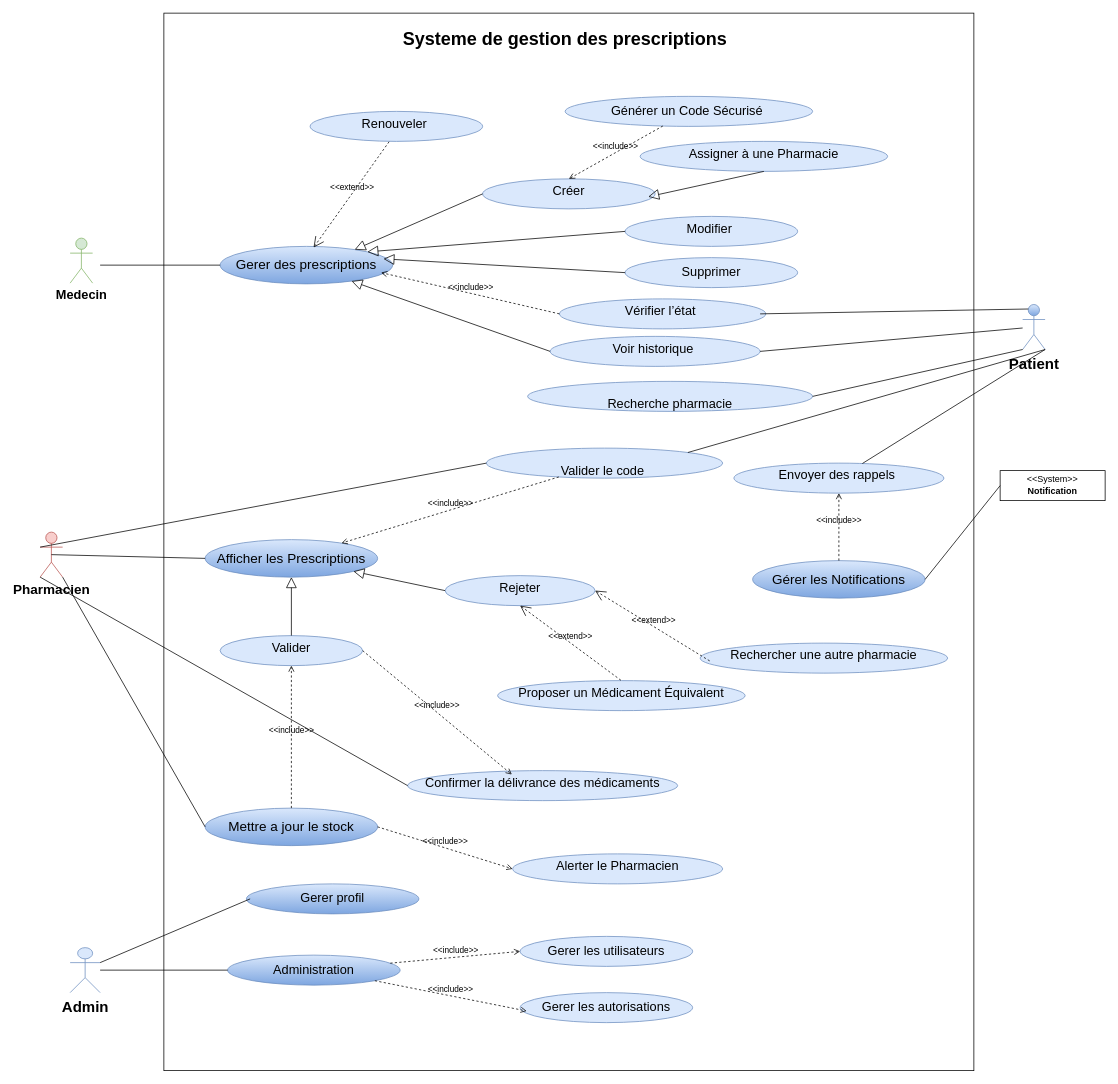
siwar630/Conception-pfe keeps this draw.io diagram as Global use case diagram.drawio. Above is the earlier version. Source tidied: cells renumbered, new cells numbered last; positions are measured from the earlier drawing's top-left corner, leaving out a move shared by most shapes. Both pictures are drawn from the tidied source at 75%, with x=0, y=0 at pixel (40, 13).
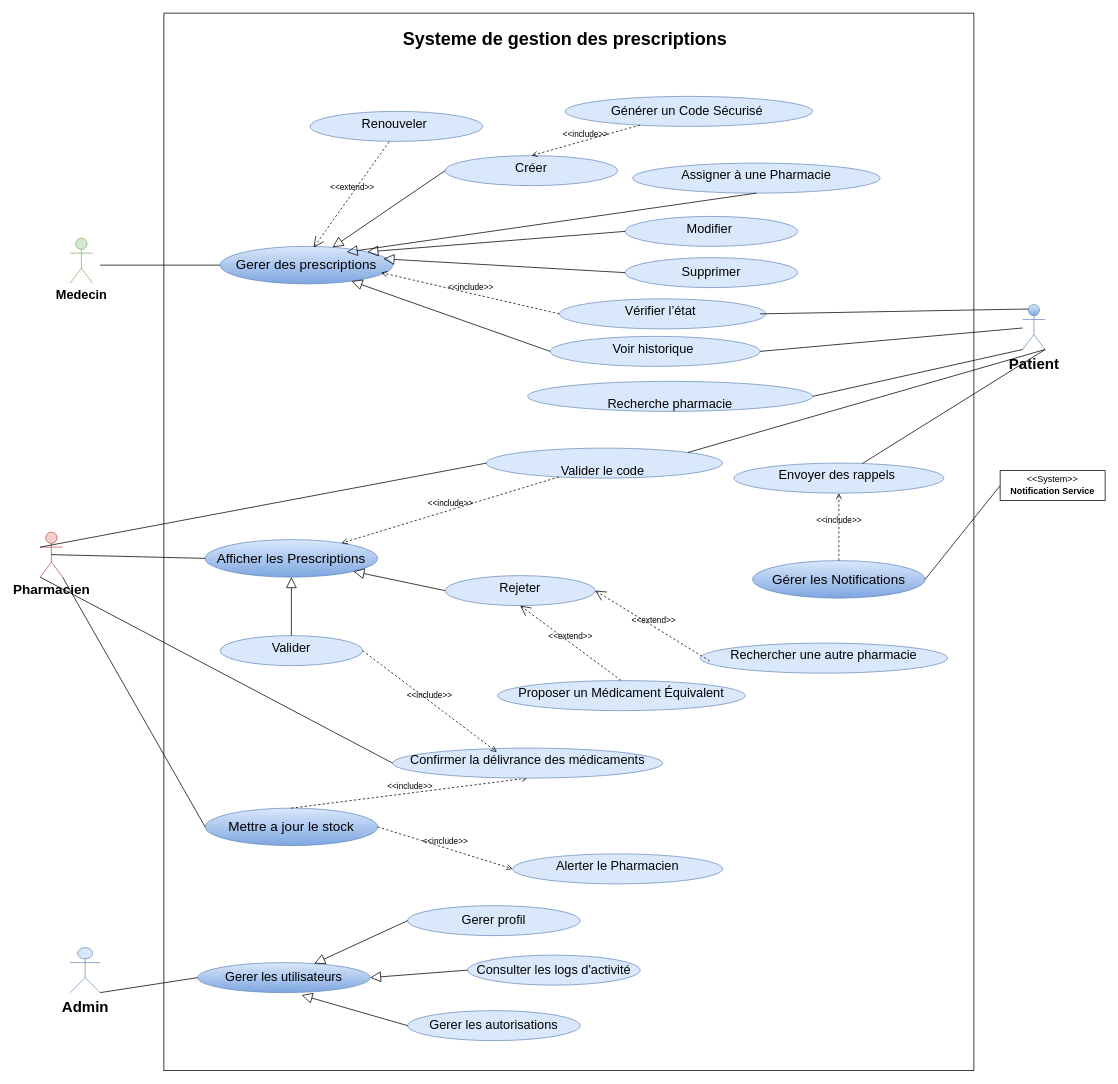
The same diagram, later.

Commit message (it also covers changes not shown here):
Mettre à jour Global use case diagram.drawio

Unchanged cells that the change refers to:
```xml
<mxCell id="7" value="&lt;font style=&quot;font-size: 18px;&quot;&gt;Gerer des prescriptions&lt;/font&gt;" style="ellipse;whiteSpace=wrap;html=1;align=center;fillColor=#dae8fc;gradientColor=#7ea6e0;strokeColor=#6c8ebf;" parent="1" vertex="1">
  <mxGeometry x="240" y="311" width="230" height="50" as="geometry" />
</mxCell>
<mxCell id="13" value="&lt;table&gt;&lt;tbody&gt;&lt;tr&gt;&lt;td&gt;&lt;table&gt;&lt;tbody&gt;&lt;tr&gt;&lt;td&gt;&lt;font&gt;Valider&lt;/font&gt;&lt;/td&gt;&lt;/tr&gt;&lt;/tbody&gt;&lt;/table&gt;&lt;table&gt;&lt;tbody&gt;&lt;tr&gt;&lt;td&gt;&lt;/td&gt;&lt;/tr&gt;&lt;/tbody&gt;&lt;/table&gt;&lt;table&gt;&lt;tbody&gt;&lt;tr&gt;&lt;/tr&gt;&lt;/tbody&gt;&lt;/table&gt;&lt;/td&gt;&lt;/tr&gt;&lt;/tbody&gt;&lt;/table&gt;" style="ellipse;whiteSpace=wrap;html=1;align=center;fillColor=#dae8fc;strokeColor=#6c8ebf;fontSize=17;" parent="1" vertex="1">
  <mxGeometry x="240" y="830" width="190" height="40" as="geometry" />
</mxCell>
<mxCell id="33" value="&lt;b&gt;&lt;font style=&quot;font-size: 20px;&quot;&gt;Admin&lt;/font&gt;&lt;/b&gt;" style="shape=umlActor;verticalLabelPosition=bottom;verticalAlign=top;html=1;outlineConnect=0;fillColor=#dae8fc;strokeColor=#6c8ebf;" parent="1" vertex="1">
  <mxGeometry x="40" y="1246" width="40" height="60" as="geometry" />
</mxCell>
<mxCell id="42" value="&lt;font style=&quot;font-size: 18px;&quot;&gt;Mettre a jour le stock&lt;/font&gt;" style="ellipse;whiteSpace=wrap;html=1;align=center;fillColor=#dae8fc;gradientColor=#7ea6e0;strokeColor=#6c8ebf;" parent="1" vertex="1">
  <mxGeometry x="220" y="1060" width="230" height="50" as="geometry" />
</mxCell>
<mxCell id="67" style="fontStyle=1;align=center;verticalAlign=middle;horizontal=1;" parent="1" vertex="1">
  <mxGeometry x="1280" y="610" width="140" height="40" as="geometry" />
</mxCell>
```

Diff of the diagram source:
```diff
@@
     <mxCell id="10" value="&lt;table&gt;&lt;tbody&gt;&lt;tr&gt;&lt;td&gt;&lt;font&gt;Créer&lt;/font&gt;&lt;/td&gt;&lt;/tr&gt;&lt;/tbody&gt;&lt;/table&gt;&lt;table&gt;&lt;tbody&gt;&lt;tr&gt;&lt;td&gt;&lt;/td&gt;&lt;/tr&gt;&lt;/tbody&gt;&lt;/table&gt;" style="ellipse;whiteSpace=wrap;html=1;align=center;fillColor=#dae8fc;strokeColor=#6c8ebf;fontSize=17;" parent="1" vertex="1">
-      <mxGeometry x="590" y="221" width="230" height="40" as="geometry" />
+      <mxGeometry x="540" y="190" width="230" height="40" as="geometry" />
     </mxCell>
@@
     <mxCell id="12" value="&lt;table&gt;&lt;tbody&gt;&lt;tr&gt;&lt;td&gt;&lt;font&gt;Assigner à une Pharmacie&lt;/font&gt;&lt;/td&gt;&lt;/tr&gt;&lt;/tbody&gt;&lt;/table&gt;&lt;table&gt;&lt;tbody&gt;&lt;tr&gt;&lt;td&gt;&lt;/td&gt;&lt;/tr&gt;&lt;/tbody&gt;&lt;/table&gt;" style="ellipse;whiteSpace=wrap;html=1;align=center;fillColor=#dae8fc;strokeColor=#6c8ebf;fontSize=17;" parent="1" vertex="1">
-      <mxGeometry x="800" y="171" width="330" height="40" as="geometry" />
+      <mxGeometry x="790" y="200" width="330" height="40" as="geometry" />
     </mxCell>
@@
-    <mxCell id="19" style="edgeStyle=none;html=1;endArrow=block;endFill=0;endSize=12;verticalAlign=bottom;rounded=0;entryX=0.78;entryY=0.087;entryDx=0;entryDy=0;exitX=0;exitY=0.5;exitDx=0;exitDy=0;entryPerimeter=0;" parent="1" edge="1" source="10" target="7">
+    <mxCell id="19" style="edgeStyle=none;html=1;endArrow=block;endFill=0;endSize=12;verticalAlign=bottom;rounded=0;exitX=0;exitY=0.5;exitDx=0;exitDy=0;" parent="1" edge="1" source="10" target="7">
       <mxGeometry relative="1" as="geometry" />
     </mxCell>
@@
-    <mxCell id="32" value="&lt;span&gt;Gerer les utilisateurs&lt;/span&gt;" style="ellipse;whiteSpace=wrap;html=1;align=center;fillColor=#dae8fc;strokeColor=#6c8ebf;fontSize=17;" parent="1" vertex="1">
-      <mxGeometry x="640" y="1231" width="230" height="40" as="geometry" />
+    <mxCell id="32" value="&lt;span&gt;Gerer les utilisateurs&lt;/span&gt;" style="ellipse;whiteSpace=wrap;html=1;align=center;fillColor=#dae8fc;strokeColor=#6c8ebf;fontSize=17;gradientColor=#7ea6e0;" parent="1" vertex="1">
+      <mxGeometry x="210" y="1266" width="230" height="40" as="geometry" />
     </mxCell>
@@
     <mxCell id="34" value="&lt;span&gt;Gerer les autorisations&lt;/span&gt;" style="ellipse;whiteSpace=wrap;html=1;align=center;fillColor=#dae8fc;strokeColor=#6c8ebf;fontSize=17;" parent="1" vertex="1">
-      <mxGeometry x="640" y="1306" width="230" height="40" as="geometry" />
+      <mxGeometry x="490" y="1330" width="230" height="40" as="geometry" />
     </mxCell>
-    <mxCell id="35" value="&lt;span&gt;Administration&lt;/span&gt;" style="ellipse;whiteSpace=wrap;html=1;align=center;fillColor=#dae8fc;gradientColor=#7ea6e0;strokeColor=#6c8ebf;fontSize=17;" parent="1" vertex="1">
-      <mxGeometry x="250" y="1256" width="230" height="40" as="geometry" />
+    <mxCell id="35" value="Consulter les logs d'activité" style="ellipse;whiteSpace=wrap;html=1;align=center;fillColor=#dae8fc;strokeColor=#6c8ebf;fontSize=17;" parent="1" vertex="1">
+      <mxGeometry x="570" y="1256" width="230" height="40" as="geometry" />
     </mxCell>
-    <mxCell id="36" style="edgeStyle=none;html=1;endArrow=none;verticalAlign=bottom;rounded=0;entryX=0;entryY=0.5;entryDx=0;entryDy=0;" parent="1" edge="1" source="33" target="35">
-      <mxGeometry relative="1" as="geometry" />
-    </mxCell>
-    <mxCell id="37" value="&amp;lt;&amp;lt;include&amp;gt;&amp;gt;" style="edgeStyle=none;html=1;endArrow=open;verticalAlign=bottom;dashed=1;labelBackgroundColor=none;rounded=0;entryX=0;entryY=0.5;entryDx=0;entryDy=0;" parent="1" edge="1" source="35" target="32">
-      <mxGeometry relative="1" as="geometry" />
-    </mxCell>
-    <mxCell id="38" value="&amp;lt;&amp;lt;include&amp;gt;&amp;gt;" style="edgeStyle=none;html=1;endArrow=open;verticalAlign=bottom;dashed=1;labelBackgroundColor=none;rounded=0;exitX=1;exitY=1;exitDx=0;exitDy=0;entryX=0.038;entryY=0.613;entryDx=0;entryDy=0;entryPerimeter=0;" parent="1" edge="1" source="35" target="34">
-      <mxGeometry relative="1" as="geometry" />
-    </mxCell>
-    <mxCell id="39" value="&lt;span&gt;Gerer profil&lt;/span&gt;" style="ellipse;whiteSpace=wrap;html=1;align=center;fillColor=#dae8fc;gradientColor=#7ea6e0;strokeColor=#6c8ebf;fontSize=17;" parent="1" vertex="1">
-      <mxGeometry x="275" y="1161" width="230" height="40" as="geometry" />
+    <mxCell id="39" value="&lt;span&gt;Gerer profil&lt;/span&gt;" style="ellipse;whiteSpace=wrap;html=1;align=center;fillColor=#dae8fc;strokeColor=#6c8ebf;fontSize=17;" parent="1" vertex="1">
+      <mxGeometry x="490" y="1190" width="230" height="40" as="geometry" />
     </mxCell>
-    <mxCell id="40" style="edgeStyle=none;html=1;endArrow=none;verticalAlign=bottom;rounded=0;exitX=1;exitY=0.3333333333333333;exitDx=0;exitDy=0;exitPerimeter=0;entryX=0;entryY=0.5;entryDx=0;entryDy=0;" parent="1" edge="1" source="33">
-      <mxGeometry relative="1" as="geometry">
-        <mxPoint x="280" y="1181" as="targetPoint" />
-      </mxGeometry>
-    </mxCell>
@@
-    <mxCell id="44" style="edgeStyle=none;html=1;endArrow=block;endFill=0;endSize=12;verticalAlign=bottom;rounded=0;entryX=0.96;entryY=0.596;entryDx=0;entryDy=0;entryPerimeter=0;exitX=0.5;exitY=1;exitDx=0;exitDy=0;" parent="1" edge="1" source="12" target="10">
+    <mxCell id="44" style="edgeStyle=none;html=1;endArrow=block;endFill=0;endSize=12;verticalAlign=bottom;rounded=0;exitX=0.5;exitY=1;exitDx=0;exitDy=0;entryX=0.734;entryY=0.153;entryDx=0;entryDy=0;entryPerimeter=0;" parent="1" edge="1" source="12" target="7">
       <mxGeometry relative="1" as="geometry" />
     </mxCell>
-    <mxCell id="45" value="&amp;lt;&amp;lt;include&amp;gt;&amp;gt;" style="edgeStyle=none;html=1;endArrow=open;verticalAlign=bottom;dashed=1;labelBackgroundColor=none;rounded=0;entryX=0.5;entryY=1;entryDx=0;entryDy=0;exitX=0.5;exitY=0;exitDx=0;exitDy=0;" parent="1" edge="1" source="42" target="13">
+    <mxCell id="45" value="&amp;lt;&amp;lt;include&amp;gt;&amp;gt;" style="edgeStyle=none;html=1;endArrow=open;verticalAlign=bottom;dashed=1;labelBackgroundColor=none;rounded=0;entryX=0.5;entryY=1;entryDx=0;entryDy=0;exitX=0.5;exitY=0;exitDx=0;exitDy=0;" parent="1" edge="1" source="42" target="56">
       <mxGeometry relative="1" as="geometry" />
     </mxCell>
@@
     <mxCell id="56" value="&lt;table&gt;&lt;tbody&gt;&lt;tr&gt;&lt;td&gt;&lt;table&gt;&lt;tbody&gt;&lt;tr&gt;&lt;td&gt;&lt;font&gt;Confirmer la délivrance des médicaments&lt;/font&gt;&lt;/td&gt;&lt;/tr&gt;&lt;/tbody&gt;&lt;/table&gt;&lt;table&gt;&lt;tbody&gt;&lt;tr&gt;&lt;td&gt;&lt;/td&gt;&lt;/tr&gt;&lt;/tbody&gt;&lt;/table&gt;&lt;table&gt;&lt;tbody&gt;&lt;tr&gt;&lt;/tr&gt;&lt;/tbody&gt;&lt;/table&gt;&lt;/td&gt;&lt;/tr&gt;&lt;/tbody&gt;&lt;/table&gt;" style="ellipse;whiteSpace=wrap;html=1;align=center;fillColor=#dae8fc;strokeColor=#6c8ebf;fontSize=17;" parent="1" vertex="1">
-      <mxGeometry x="490" y="1010" width="360" height="40" as="geometry" />
+      <mxGeometry x="470" y="980" width="360" height="40" as="geometry" />
     </mxCell>
@@
-    <mxCell id="69" value="Notification" style="html=1;align=center;spacing=0;verticalAlign=middle;strokeColor=none;fillColor=none;whiteSpace=wrap;spacingBottom=4;fontStyle=1;" parent="67" vertex="1">
+    <mxCell id="69" value="Notification Service" style="html=1;align=center;spacing=0;verticalAlign=middle;strokeColor=none;fillColor=none;whiteSpace=wrap;spacingBottom=4;fontStyle=1;" parent="67" vertex="1">
       <mxGeometry y="20" width="140" height="20" as="geometry" />
     </mxCell>
@@
+    <mxCell id="71" style="edgeStyle=none;html=1;endArrow=none;verticalAlign=bottom;rounded=0;exitX=1;exitY=1;exitDx=0;exitDy=0;exitPerimeter=0;entryX=0;entryY=0.5;entryDx=0;entryDy=0;" parent="1" edge="1" source="33" target="32">
+      <mxGeometry relative="1" as="geometry" />
+    </mxCell>
+    <mxCell id="72" style="edgeStyle=none;html=1;endArrow=block;endFill=0;endSize=12;verticalAlign=bottom;rounded=0;entryX=0.603;entryY=1.083;entryDx=0;entryDy=0;entryPerimeter=0;exitX=0;exitY=0.5;exitDx=0;exitDy=0;" parent="1" edge="1" source="34" target="32">
+      <mxGeometry relative="1" as="geometry" />
+    </mxCell>
+    <mxCell id="37" style="edgeStyle=none;html=1;endArrow=block;endFill=0;endSize=12;verticalAlign=bottom;rounded=0;entryX=1;entryY=0.5;entryDx=0;entryDy=0;exitX=0;exitY=0.5;exitDx=0;exitDy=0;" parent="1" edge="1" source="35" target="32">
+      <mxGeometry relative="1" as="geometry" />
+    </mxCell>
+    <mxCell id="73" style="edgeStyle=none;html=1;endArrow=block;endFill=0;endSize=12;verticalAlign=bottom;rounded=0;exitX=0;exitY=0.5;exitDx=0;exitDy=0;" parent="1" edge="1" source="39" target="32">
+      <mxGeometry relative="1" as="geometry" />
+    </mxCell>
```
